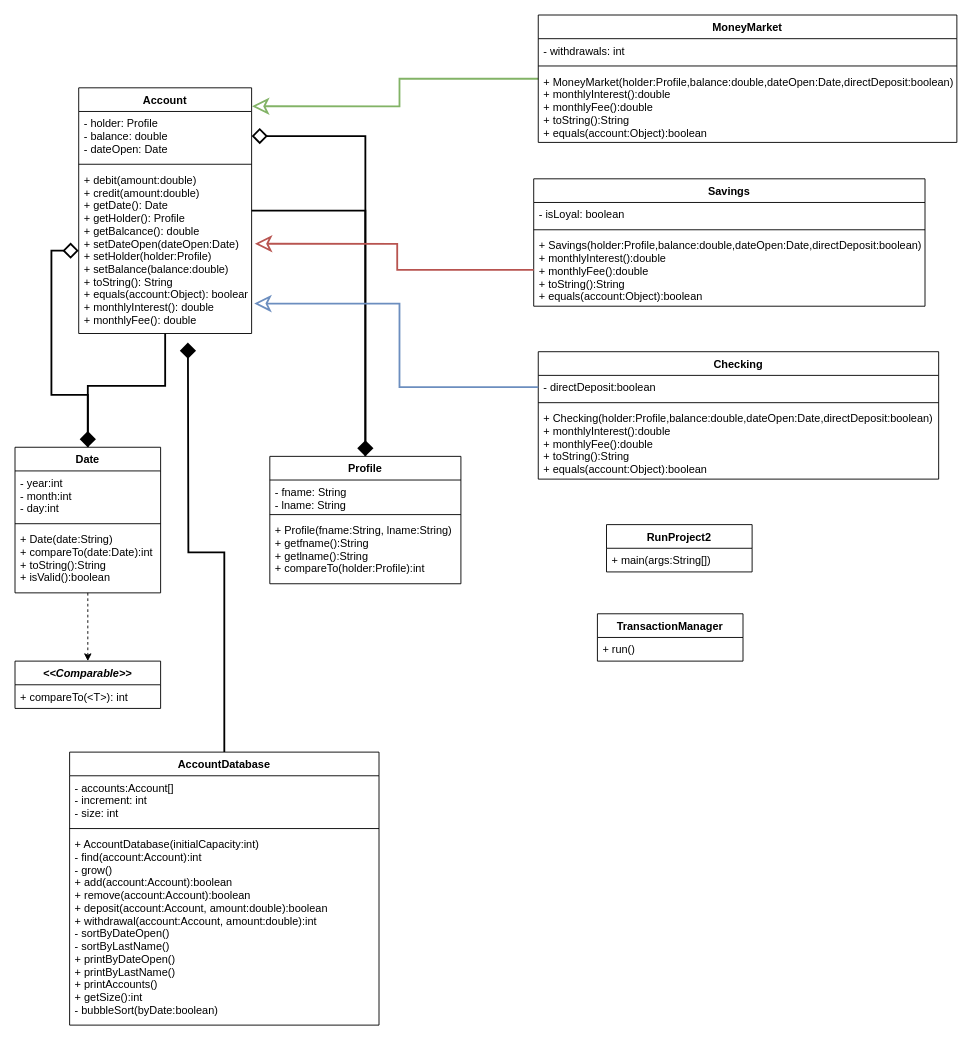
Earlier version of the draw.io diagram Assignment2/ClassDiagram.drawio (devinmacalaladdt/Software-Methodology-Project). Source tidied: cells renumbered, new cells numbered last; positions are measured from the earlier drawing's top-left corner, leaving out a move shared by most shapes. Both pictures are drawn from the tidied source at 91%, with x=0, y=0 at pixel (15, 15).
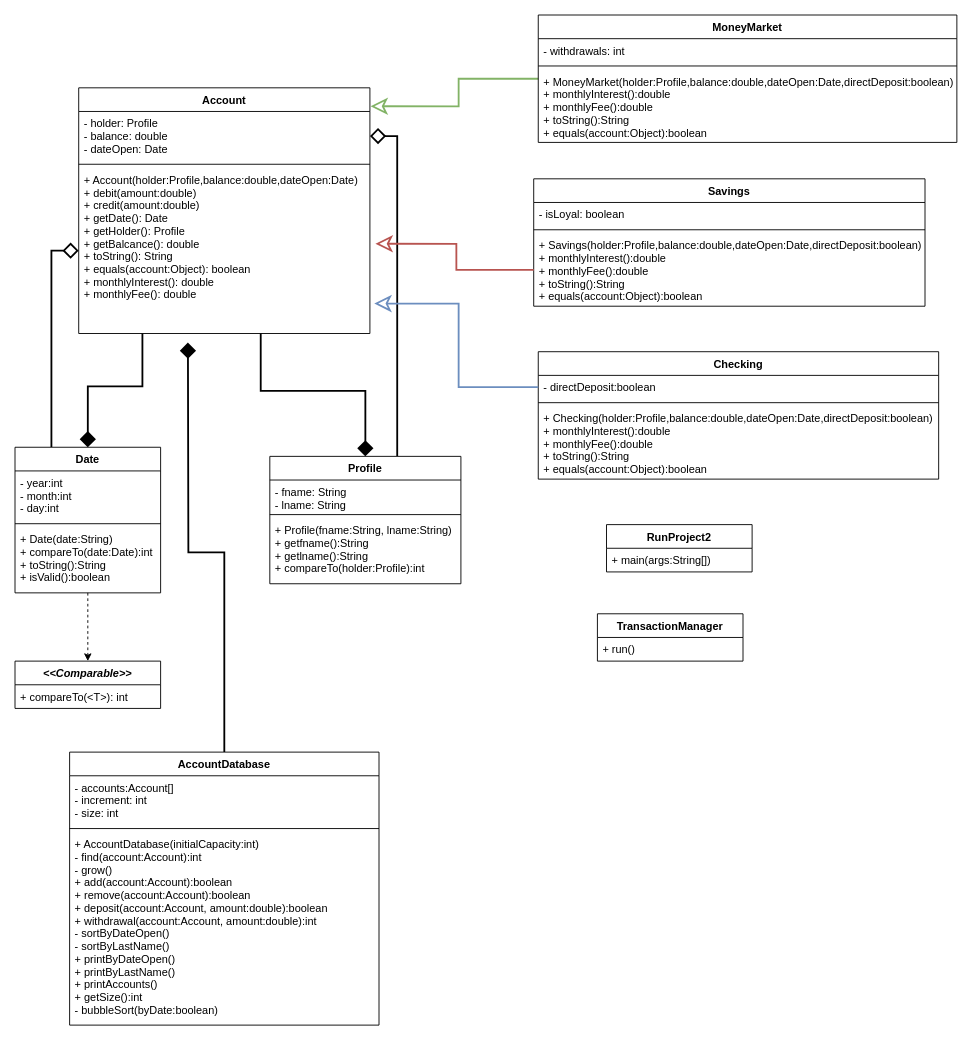
The same page after the edit.

Unchanged cells that the change refers to:
```xml
<mxCell id="4" value="Profile" style="swimlane;fontStyle=1;align=center;verticalAlign=top;horizontal=1;startSize=26;" parent="1" vertex="1">
  <mxGeometry x="280" y="485" width="210" height="140" as="geometry" />
</mxCell>
<mxCell id="28" value="Date" style="swimlane;fontStyle=1;align=center;verticalAlign=top;horizontal=1;startSize=26;" parent="1" vertex="1">
  <mxGeometry y="475" width="160" height="160" as="geometry" />
</mxCell>
```

Diff of the diagram source:
```diff
@@
     <mxCell id="3" style="edgeStyle=orthogonalEdgeStyle;rounded=0;jettySize=auto;html=1;entryX=1;entryY=0.5;entryDx=0;entryDy=0;endArrow=diamond;endFill=0;strokeWidth=2;jumpSize=6;endSize=13;" parent="1" edge="1" source="4" target="11">
-      <mxGeometry relative="1" as="geometry" />
+      <mxGeometry relative="1" as="geometry">
+        <Array as="points">
+          <mxPoint x="420" y="133" />
+        </Array>
+      </mxGeometry>
     </mxCell>
@@
     <mxCell id="8" style="edgeStyle=orthogonalEdgeStyle;rounded=0;jettySize=auto;html=1;entryX=0.5;entryY=0;entryDx=0;entryDy=0;endArrow=diamond;endFill=1;strokeWidth=2;endSize=13;" parent="1" edge="1" source="10" target="28">
-      <mxGeometry relative="1" as="geometry" />
+      <mxGeometry relative="1" as="geometry">
+        <Array as="points">
+          <mxPoint x="140" y="408" />
+          <mxPoint x="80" y="408" />
+        </Array>
+      </mxGeometry>
     </mxCell>
     <mxCell id="9" style="edgeStyle=orthogonalEdgeStyle;rounded=0;jettySize=auto;html=1;endArrow=diamond;endFill=1;strokeWidth=2;endSize=13;" parent="1" edge="1" source="10" target="4">
-      <mxGeometry relative="1" as="geometry" />
+      <mxGeometry relative="1" as="geometry">
+        <Array as="points">
+          <mxPoint x="270" y="413" />
+          <mxPoint x="385" y="413" />
+        </Array>
+      </mxGeometry>
     </mxCell>
     <mxCell id="10" value="Account" style="swimlane;fontStyle=1;align=center;verticalAlign=top;horizontal=1;startSize=26;" parent="1" vertex="1">
-      <mxGeometry x="70" y="80" width="190" height="270" as="geometry" />
+      <mxGeometry x="70" y="80" width="320" height="270" as="geometry" />
     </mxCell>
     <mxCell id="11" value="- holder: Profile&#10;- balance: double&#10;- dateOpen: Date" style="text;strokeColor=none;fillColor=none;align=left;verticalAlign=top;spacingLeft=4;spacingRight=4;overflow=hidden;points=[[0,0.5],[1,0.5]];portConstraint=eastwest;" parent="10" vertex="1">
-      <mxGeometry y="26" width="190" height="54" as="geometry" />
+      <mxGeometry y="26" width="320" height="54" as="geometry" />
     </mxCell>
     <mxCell id="12" style="line;strokeWidth=1;fillColor=none;align=left;verticalAlign=middle;spacingTop=-1;spacingLeft=3;spacingRight=3;labelPosition=right;" parent="10" vertex="1">
-      <mxGeometry y="80" width="190" height="8" as="geometry" />
+      <mxGeometry y="80" width="320" height="8" as="geometry" />
     </mxCell>
-    <mxCell id="13" value="+ debit(amount:double)&#10;+ credit(amount:double)&#10;+ getDate(): Date&#10;+ getHolder(): Profile&#10;+ getBalcance(): double&#10;+ setDateOpen(dateOpen:Date)&#10;+ setHolder(holder:Profile)&#10;+ setBalance(balance:double)&#10;+ toString(): String&#10;+ equals(account:Object): boolean&#10;+ monthlyInterest(): double&#10;+ monthlyFee(): double" style="text;strokeColor=none;fillColor=none;align=left;verticalAlign=top;spacingLeft=4;spacingRight=4;overflow=hidden;points=[[0,0.5],[1,0.5]];portConstraint=eastwest;" parent="10" vertex="1">
-      <mxGeometry y="88" width="190" height="182" as="geometry" />
+    <mxCell id="13" value="+ Account(holder:Profile,balance:double,dateOpen:Date)&#10;+ debit(amount:double)&#10;+ credit(amount:double)&#10;+ getDate(): Date&#10;+ getHolder(): Profile&#10;+ getBalcance(): double&#10;+ toString(): String&#10;+ equals(account:Object): boolean&#10;+ monthlyInterest(): double&#10;+ monthlyFee(): double" style="text;strokeColor=none;fillColor=none;align=left;verticalAlign=top;spacingLeft=4;spacingRight=4;overflow=hidden;points=[[0,0.5],[1,0.5]];portConstraint=eastwest;" parent="10" vertex="1">
+      <mxGeometry y="88" width="320" height="182" as="geometry" />
     </mxCell>
@@
     <mxCell id="27" style="edgeStyle=orthogonalEdgeStyle;rounded=0;jettySize=auto;html=1;endArrow=diamond;endFill=0;strokeWidth=2;endSize=13;" parent="1" edge="1" source="28" target="13">
-      <mxGeometry relative="1" as="geometry" />
+      <mxGeometry relative="1" as="geometry">
+        <Array as="points">
+          <mxPoint x="40" y="259" />
+        </Array>
+      </mxGeometry>
     </mxCell>
```
